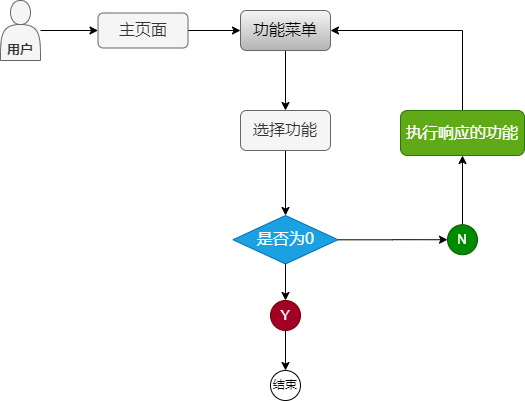
This is studentSystem/img/text.drawio.png from LaoJiuGua/basePython, a draw.io export, as it was before one commit. Source tidied: cells renumbered, new cells last; positions are measured from the earlier drawing's top-left corner, leaving out a move shared by most shapes.
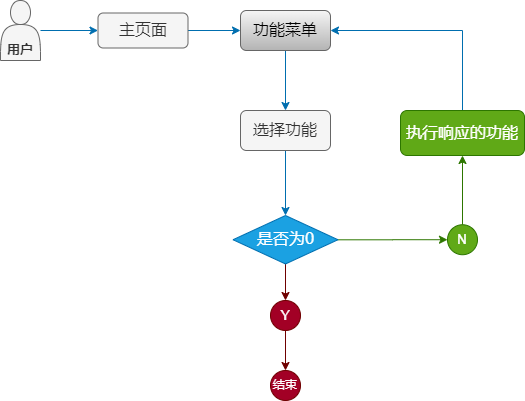
Later version of the same file.

The edit, as a diff of the source:
```diff
@@ -2,55 +2,55 @@
   <root>
     <mxCell id="0" />
     <mxCell id="1" parent="0" />
-    <mxCell id="2" style="edgeStyle=orthogonalEdgeStyle;rounded=0;jettySize=auto;html=1;entryX=0;entryY=0.5;entryDx=0;entryDy=0;fontFamily=Lucida Console;fontSize=16;fontColor=#F0F0F0;" parent="1" edge="1" source="3" target="5">
+    <mxCell id="2" style="edgeStyle=orthogonalEdgeStyle;rounded=0;jettySize=auto;html=1;entryX=0;entryY=0.5;entryDx=0;entryDy=0;fontFamily=Lucida Console;fontSize=16;fontColor=#F0F0F0;fillColor=#1ba1e2;strokeColor=#006EAF;" parent="1" edge="1" source="3" target="5">
       <mxGeometry relative="1" as="geometry" />
     </mxCell>
     <mxCell id="3" value="用户" style="shape=actor;whiteSpace=wrap;fontFamily=Lucida Console;fontStyle=1;html=1;align=center;verticalAlign=bottom;fontSize=13;fillColor=#f5f5f5;strokeColor=#666666;fontColor=#333333;" parent="1" vertex="1">
       <mxGeometry width="40" height="60" as="geometry" />
     </mxCell>
-    <mxCell id="4" style="edgeStyle=orthogonalEdgeStyle;rounded=0;jettySize=auto;html=1;fontColor=#000000;" parent="1" edge="1" source="5" target="7">
+    <mxCell id="4" style="edgeStyle=orthogonalEdgeStyle;rounded=0;jettySize=auto;html=1;fontColor=#000000;fillColor=#1ba1e2;strokeColor=#006EAF;" parent="1" edge="1" source="5" target="7">
       <mxGeometry relative="1" as="geometry" />
     </mxCell>
     <mxCell id="5" value="主页面" style="rounded=1;whiteSpace=wrap;html=1;fontFamily=Lucida Console;fontSize=16;align=center;fillColor=#f5f5f5;strokeColor=#666666;fontColor=#333333;" parent="1" vertex="1">
       <mxGeometry x="97.5" y="12.5" width="90" height="35" as="geometry" />
     </mxCell>
-    <mxCell id="6" style="edgeStyle=orthogonalEdgeStyle;rounded=0;jettySize=auto;html=1;entryX=0.5;entryY=0;entryDx=0;entryDy=0;fontColor=#000000;" parent="1" edge="1" source="7" target="9">
+    <mxCell id="6" style="edgeStyle=orthogonalEdgeStyle;rounded=0;jettySize=auto;html=1;entryX=0.5;entryY=0;entryDx=0;entryDy=0;fontColor=#000000;fillColor=#1ba1e2;strokeColor=#006EAF;" parent="1" edge="1" source="7" target="9">
       <mxGeometry relative="1" as="geometry" />
     </mxCell>
     <mxCell id="7" value="功能菜单" style="rounded=1;whiteSpace=wrap;html=1;fontFamily=Lucida Console;fontSize=16;align=center;fillColor=#f5f5f5;strokeColor=#666666;gradientColor=#b3b3b3;fontColor=#000000;" parent="1" vertex="1">
       <mxGeometry x="240" y="10" width="90" height="40" as="geometry" />
     </mxCell>
-    <mxCell id="8" style="edgeStyle=orthogonalEdgeStyle;rounded=0;jettySize=auto;html=1;entryX=0.5;entryY=0;entryDx=0;entryDy=0;fontColor=#000000;" parent="1" edge="1" source="9" target="12">
+    <mxCell id="8" style="edgeStyle=orthogonalEdgeStyle;rounded=0;jettySize=auto;html=1;entryX=0.5;entryY=0;entryDx=0;entryDy=0;fontColor=#000000;fillColor=#1ba1e2;strokeColor=#006EAF;" parent="1" edge="1" source="9" target="12">
       <mxGeometry relative="1" as="geometry" />
     </mxCell>
     <mxCell id="9" value="选择功能" style="rounded=1;whiteSpace=wrap;html=1;fontFamily=Lucida Console;fontSize=16;align=center;fillColor=#f5f5f5;strokeColor=#666666;fontColor=#333333;" parent="1" vertex="1">
       <mxGeometry x="240" y="110" width="90" height="40" as="geometry" />
     </mxCell>
-    <mxCell id="10" style="edgeStyle=orthogonalEdgeStyle;rounded=0;jettySize=auto;html=1;entryX=0;entryY=0.5;entryDx=0;entryDy=0;fontColor=#000000;" parent="1" edge="1" source="12" target="14">
+    <mxCell id="10" style="edgeStyle=orthogonalEdgeStyle;rounded=0;jettySize=auto;html=1;entryX=0;entryY=0.5;entryDx=0;entryDy=0;fontColor=#000000;fillColor=#60a917;strokeColor=#2D7600;" parent="1" edge="1" source="12" target="14">
       <mxGeometry relative="1" as="geometry" />
     </mxCell>
-    <mxCell id="11" style="edgeStyle=orthogonalEdgeStyle;rounded=0;jettySize=auto;html=1;exitX=0.5;exitY=1;exitDx=0;exitDy=0;entryX=0.5;entryY=0;entryDx=0;entryDy=0;fontColor=#000000;" parent="1" edge="1" source="12" target="16">
+    <mxCell id="11" style="edgeStyle=orthogonalEdgeStyle;rounded=0;jettySize=auto;html=1;exitX=0.5;exitY=1;exitDx=0;exitDy=0;entryX=0.5;entryY=0;entryDx=0;entryDy=0;fontColor=#000000;fillColor=#a20025;strokeColor=#6F0000;" parent="1" edge="1" source="12" target="16">
       <mxGeometry relative="1" as="geometry" />
     </mxCell>
     <mxCell id="12" value="是否为0" style="rhombus;whiteSpace=wrap;html=1;fontFamily=Lucida Console;fontSize=16;align=center;fillColor=#1ba1e2;strokeColor=#006EAF;fontColor=#ffffff;" parent="1" vertex="1">
       <mxGeometry x="232.5" y="215" width="105" height="48.5" as="geometry" />
     </mxCell>
-    <mxCell id="13" style="edgeStyle=orthogonalEdgeStyle;rounded=0;jettySize=auto;html=1;entryX=0.5;entryY=1;entryDx=0;entryDy=0;fontColor=#000000;" parent="1" edge="1" source="14" target="19">
+    <mxCell id="13" style="edgeStyle=orthogonalEdgeStyle;rounded=0;jettySize=auto;html=1;entryX=0.5;entryY=1;entryDx=0;entryDy=0;fontColor=#000000;fillColor=#60a917;strokeColor=#2D7600;" parent="1" edge="1" source="14" target="19">
       <mxGeometry relative="1" as="geometry" />
     </mxCell>
-    <mxCell id="14" value="N" style="ellipse;whiteSpace=wrap;html=1;fillColor=#008a00;fontFamily=Lucida Console;fontSize=16;fontColor=#ffffff;align=center;strokeColor=#005700;" parent="1" vertex="1">
+    <mxCell id="14" value="N" style="ellipse;whiteSpace=wrap;html=1;fillColor=#60a917;fontFamily=Lucida Console;fontSize=16;fontColor=#ffffff;align=center;strokeColor=#2D7600;" parent="1" vertex="1">
       <mxGeometry x="447" y="224.2" width="30" height="30" as="geometry" />
     </mxCell>
-    <mxCell id="15" style="edgeStyle=orthogonalEdgeStyle;rounded=0;jettySize=auto;html=1;exitX=0.5;exitY=1;exitDx=0;exitDy=0;entryX=0.5;entryY=0;entryDx=0;entryDy=0;fontColor=#000000;" parent="1" edge="1" source="16" target="17">
+    <mxCell id="15" style="edgeStyle=orthogonalEdgeStyle;rounded=0;jettySize=auto;html=1;exitX=0.5;exitY=1;exitDx=0;exitDy=0;entryX=0.5;entryY=0;entryDx=0;entryDy=0;fontColor=#000000;fillColor=#a20025;strokeColor=#6F0000;" parent="1" edge="1" source="16" target="17">
       <mxGeometry relative="1" as="geometry" />
     </mxCell>
     <mxCell id="16" value="Y" style="ellipse;whiteSpace=wrap;html=1;fillColor=#a20025;fontFamily=Lucida Console;fontSize=16;fontColor=#ffffff;align=center;strokeColor=#6F0000;" parent="1" vertex="1">
       <mxGeometry x="270" y="300" width="30" height="30" as="geometry" />
     </mxCell>
-    <mxCell id="17" value="结束" style="ellipse;whiteSpace=wrap;html=1;fontFamily=Lucida Console;fontSize=12;align=center;" parent="1" vertex="1">
+    <mxCell id="17" value="结束" style="ellipse;whiteSpace=wrap;html=1;fontFamily=Lucida Console;fontSize=12;align=center;fillColor=#a20025;strokeColor=#6F0000;fontColor=#ffffff;" parent="1" vertex="1">
       <mxGeometry x="270" y="370" width="30" height="30" as="geometry" />
     </mxCell>
-    <mxCell id="18" style="edgeStyle=orthogonalEdgeStyle;rounded=0;jettySize=auto;html=1;exitX=0.5;exitY=0;exitDx=0;exitDy=0;entryX=1;entryY=0.5;entryDx=0;entryDy=0;fontColor=#000000;" parent="1" edge="1" source="19" target="7">
+    <mxCell id="18" style="edgeStyle=orthogonalEdgeStyle;rounded=0;jettySize=auto;html=1;exitX=0.5;exitY=0;exitDx=0;exitDy=0;entryX=1;entryY=0.5;entryDx=0;entryDy=0;fontColor=#000000;fillColor=#1ba1e2;strokeColor=#006EAF;" parent="1" edge="1" source="19" target="7">
       <mxGeometry relative="1" as="geometry" />
     </mxCell>
     <mxCell id="19" value="执行响应的功能" style="rounded=1;whiteSpace=wrap;html=1;fontFamily=Lucida Console;fontSize=16;align=center;fillColor=#60a917;strokeColor=#2D7600;fontColor=#ffffff;" parent="1" vertex="1">
```
